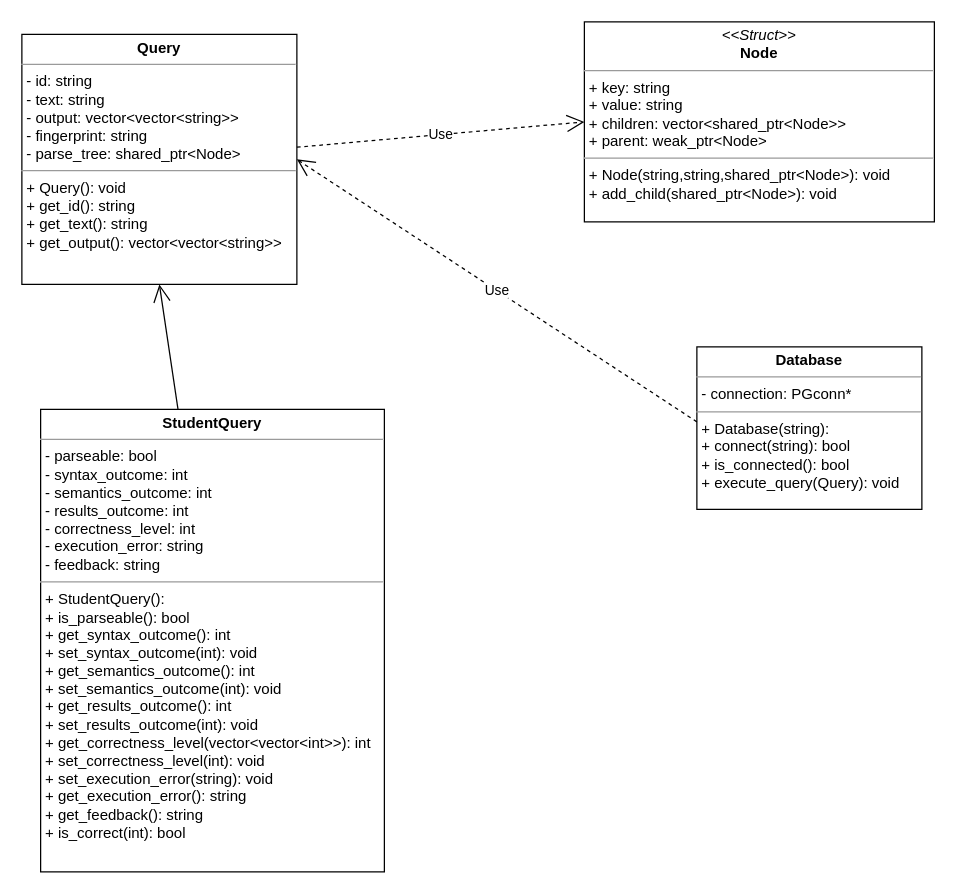
The draw.io diagram page "class_diagram" (9 of 11) of uml.drawio in berniegach/uml_socoles, before the edit. Source tidied: cells renumbered, new cells numbered last; positions are measured from the earlier drawing's top-left corner, leaving out a move shared by most shapes. Both pictures are drawn from the tidied source at 125%, with x=0, y=0 at pixel (21, 21).
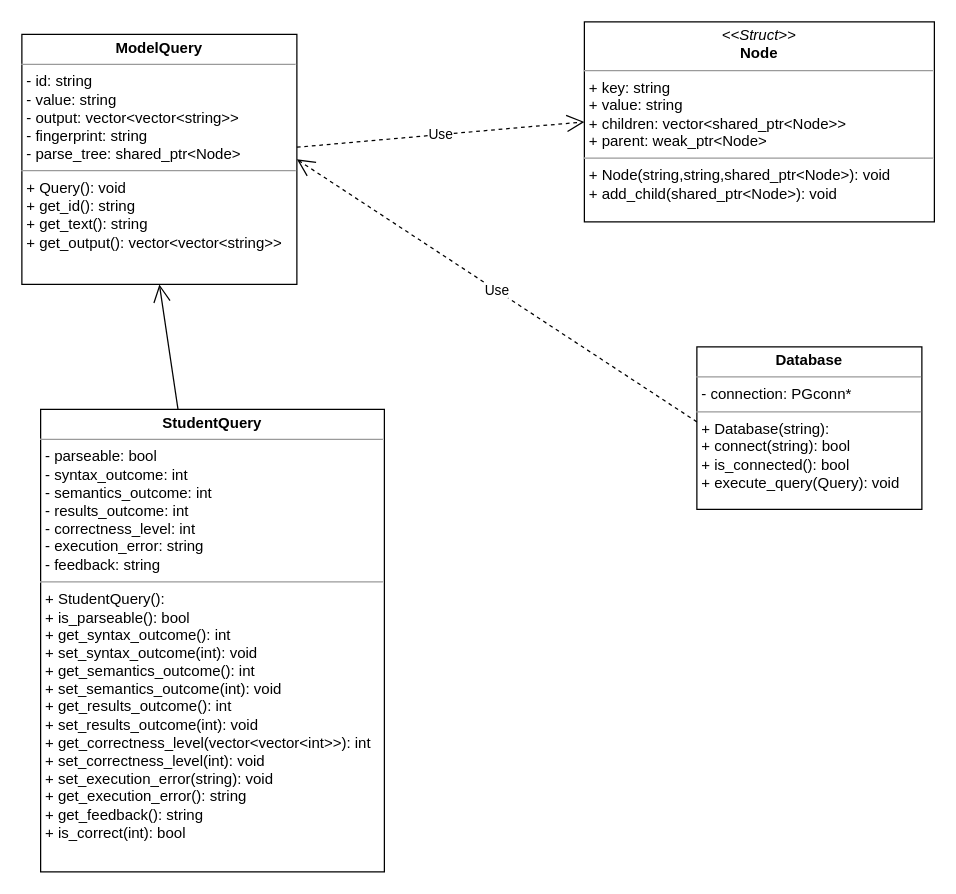
After the change.

Diff of the diagram source:
```diff
@@
 <mxGraphModel>
   <root>
     <mxCell id="0" />
     <mxCell id="1" parent="0" />
-    <mxCell id="2" value="&lt;p style=&quot;margin:0px;margin-top:4px;text-align:center;&quot;&gt;&lt;b&gt;Query&lt;/b&gt;&lt;/p&gt;&lt;hr size=&quot;1&quot;&gt;&lt;p style=&quot;margin:0px;margin-left:4px;&quot;&gt;- id: string&lt;/p&gt;&lt;p style=&quot;margin:0px;margin-left:4px;&quot;&gt;- text: string&lt;/p&gt;&lt;p style=&quot;margin:0px;margin-left:4px;&quot;&gt;- output: vector&amp;lt;vector&amp;lt;string&amp;gt;&amp;gt;&lt;/p&gt;&lt;p style=&quot;margin:0px;margin-left:4px;&quot;&gt;- fingerprint: string&lt;/p&gt;&lt;p style=&quot;margin:0px;margin-left:4px;&quot;&gt;- parse_tree: shared_ptr&amp;lt;Node&amp;gt;&lt;/p&gt;&lt;hr size=&quot;1&quot;&gt;&lt;p style=&quot;margin:0px;margin-left:4px;&quot;&gt;+ Query(): void&lt;/p&gt;&lt;p style=&quot;margin:0px;margin-left:4px;&quot;&gt;+ get_id(): string&lt;/p&gt;&lt;p style=&quot;margin:0px;margin-left:4px;&quot;&gt;+ get_text(): string&lt;/p&gt;&lt;p style=&quot;margin:0px;margin-left:4px;&quot;&gt;+ get_output(): vector&amp;lt;vector&amp;lt;string&amp;gt;&amp;gt;&lt;/p&gt;" style="verticalAlign=top;align=left;overflow=fill;fontSize=12;fontFamily=Helvetica;html=1;whiteSpace=wrap;" parent="1" vertex="1">
+    <mxCell id="2" value="&lt;p style=&quot;margin:0px;margin-top:4px;text-align:center;&quot;&gt;&lt;b&gt;ModelQuery&lt;/b&gt;&lt;/p&gt;&lt;hr size=&quot;1&quot;&gt;&lt;p style=&quot;margin:0px;margin-left:4px;&quot;&gt;- id: string&lt;/p&gt;&lt;p style=&quot;margin:0px;margin-left:4px;&quot;&gt;- value: string&lt;/p&gt;&lt;p style=&quot;margin:0px;margin-left:4px;&quot;&gt;- output: vector&amp;lt;vector&amp;lt;string&amp;gt;&amp;gt;&lt;/p&gt;&lt;p style=&quot;margin:0px;margin-left:4px;&quot;&gt;- fingerprint: string&lt;/p&gt;&lt;p style=&quot;margin:0px;margin-left:4px;&quot;&gt;- parse_tree: shared_ptr&amp;lt;Node&amp;gt;&lt;/p&gt;&lt;hr size=&quot;1&quot;&gt;&lt;p style=&quot;margin:0px;margin-left:4px;&quot;&gt;+ Query(): void&lt;/p&gt;&lt;p style=&quot;margin:0px;margin-left:4px;&quot;&gt;+ get_id(): string&lt;/p&gt;&lt;p style=&quot;margin:0px;margin-left:4px;&quot;&gt;+ get_text(): string&lt;/p&gt;&lt;p style=&quot;margin:0px;margin-left:4px;&quot;&gt;+ get_output(): vector&amp;lt;vector&amp;lt;string&amp;gt;&amp;gt;&lt;/p&gt;" style="verticalAlign=top;align=left;overflow=fill;fontSize=12;fontFamily=Helvetica;html=1;whiteSpace=wrap;" parent="1" vertex="1">
       <mxGeometry y="10" width="220" height="200" as="geometry" />
     </mxCell>
     <mxCell id="3" value="&lt;p style=&quot;margin:0px;margin-top:4px;text-align:center;&quot;&gt;&lt;b&gt;StudentQuery&lt;/b&gt;&lt;/p&gt;&lt;hr size=&quot;1&quot;&gt;&lt;p style=&quot;margin:0px;margin-left:4px;&quot;&gt;- parseable: bool&lt;/p&gt;&lt;p style=&quot;margin:0px;margin-left:4px;&quot;&gt;- syntax_outcome: int&lt;/p&gt;&lt;p style=&quot;margin:0px;margin-left:4px;&quot;&gt;- semantics_outcome: int&lt;/p&gt;&lt;p style=&quot;margin:0px;margin-left:4px;&quot;&gt;- results_outcome: int&lt;/p&gt;&lt;p style=&quot;margin:0px;margin-left:4px;&quot;&gt;- correctness_level: int&lt;/p&gt;&lt;p style=&quot;margin:0px;margin-left:4px;&quot;&gt;- execution_error: string&lt;/p&gt;&lt;p style=&quot;margin:0px;margin-left:4px;&quot;&gt;- feedback: string&lt;/p&gt;&lt;hr size=&quot;1&quot;&gt;&lt;p style=&quot;margin:0px;margin-left:4px;&quot;&gt;+ StudentQuery():&amp;nbsp;&lt;/p&gt;&lt;p style=&quot;margin:0px;margin-left:4px;&quot;&gt;+ is_parseable(): bool&lt;/p&gt;&lt;p style=&quot;margin:0px;margin-left:4px;&quot;&gt;+ get_syntax_outcome(): int&lt;/p&gt;&lt;p style=&quot;margin:0px;margin-left:4px;&quot;&gt;+ set_syntax_outcome(int): void&lt;/p&gt;&lt;p style=&quot;margin:0px;margin-left:4px;&quot;&gt;+ get_semantics_outcome(): int&lt;/p&gt;&lt;p style=&quot;margin:0px;margin-left:4px;&quot;&gt;+ set_semantics_outcome(int): void&lt;/p&gt;&lt;p style=&quot;margin:0px;margin-left:4px;&quot;&gt;+ get_results_outcome(): int&lt;/p&gt;&lt;p style=&quot;margin:0px;margin-left:4px;&quot;&gt;+ set_results_outcome(int): void&lt;/p&gt;&lt;p style=&quot;margin:0px;margin-left:4px;&quot;&gt;+ get_correctness_level(vector&amp;lt;vector&amp;lt;int&amp;gt;&amp;gt;): int&lt;/p&gt;&lt;p style=&quot;margin:0px;margin-left:4px;&quot;&gt;+ set_correctness_level(int): void&amp;nbsp;&lt;/p&gt;&lt;p style=&quot;margin:0px;margin-left:4px;&quot;&gt;+ set_execution_error(string): void&lt;/p&gt;&lt;p style=&quot;margin:0px;margin-left:4px;&quot;&gt;+ get_execution_error(): string&lt;/p&gt;&lt;p style=&quot;margin:0px;margin-left:4px;&quot;&gt;+ get_feedback(): string&lt;/p&gt;&lt;p style=&quot;margin:0px;margin-left:4px;&quot;&gt;+ is_correct(int): bool&lt;/p&gt;" style="verticalAlign=top;align=left;overflow=fill;fontSize=12;fontFamily=Helvetica;html=1;whiteSpace=wrap;" parent="1" vertex="1">
       <mxGeometry x="15" y="310" width="275" height="370" as="geometry" />
     </mxCell>
     <mxCell id="4" value="&lt;p style=&quot;margin:0px;margin-top:4px;text-align:center;&quot;&gt;&lt;i&gt;&amp;lt;&amp;lt;Struct&amp;gt;&amp;gt;&lt;/i&gt;&lt;br&gt;&lt;b&gt;Node&lt;/b&gt;&lt;/p&gt;&lt;hr size=&quot;1&quot;&gt;&lt;p style=&quot;margin:0px;margin-left:4px;&quot;&gt;+ key: string&lt;br&gt;+ value: string&lt;/p&gt;&lt;p style=&quot;margin:0px;margin-left:4px;&quot;&gt;+ children: vector&amp;lt;shared_ptr&amp;lt;Node&amp;gt;&amp;gt;&lt;/p&gt;&lt;p style=&quot;margin:0px;margin-left:4px;&quot;&gt;+ parent: weak_ptr&amp;lt;Node&amp;gt;&lt;/p&gt;&lt;hr size=&quot;1&quot;&gt;&lt;p style=&quot;margin:0px;margin-left:4px;&quot;&gt;+ Node(string,string,shared_ptr&amp;lt;Node&amp;gt;): void&lt;br&gt;+ add_child(shared_ptr&amp;lt;Node&amp;gt;): void&lt;/p&gt;" style="verticalAlign=top;align=left;overflow=fill;fontSize=12;fontFamily=Helvetica;html=1;whiteSpace=wrap;" parent="1" vertex="1">
       <mxGeometry x="450" width="280" height="160" as="geometry" />
     </mxCell>
     <mxCell id="5" value="Use" style="endArrow=open;endSize=12;dashed=1;html=1;rounded=0;entryX=0;entryY=0.5;entryDx=0;entryDy=0;" parent="1" edge="1" source="2" target="4">
       <mxGeometry relative="1" as="geometry" />
     </mxCell>
     <mxCell id="6" style="endArrow=open;endFill=1;endSize=12;html=1;rounded=0;entryX=0.5;entryY=1;entryDx=0;entryDy=0;" parent="1" edge="1" source="3" target="2">
       <mxGeometry relative="1" as="geometry" />
     </mxCell>
     <mxCell id="7" value="&lt;p style=&quot;margin:0px;margin-top:4px;text-align:center;&quot;&gt;&lt;b&gt;Database&lt;/b&gt;&lt;/p&gt;&lt;hr size=&quot;1&quot;&gt;&lt;p style=&quot;margin:0px;margin-left:4px;&quot;&gt;- connection: PGconn*&lt;/p&gt;&lt;hr size=&quot;1&quot;&gt;&lt;p style=&quot;margin:0px;margin-left:4px;&quot;&gt;+ Database(string):&amp;nbsp;&lt;/p&gt;&lt;p style=&quot;margin:0px;margin-left:4px;&quot;&gt;+ connect(string): bool&lt;/p&gt;&lt;p style=&quot;margin:0px;margin-left:4px;&quot;&gt;+ is_connected(): bool&lt;/p&gt;&lt;p style=&quot;margin:0px;margin-left:4px;&quot;&gt;+ execute_query(Query): void&lt;/p&gt;" style="verticalAlign=top;align=left;overflow=fill;fontSize=12;fontFamily=Helvetica;html=1;whiteSpace=wrap;" parent="1" vertex="1">
       <mxGeometry x="540" y="260" width="180" height="130" as="geometry" />
     </mxCell>
     <mxCell id="8" value="Use" style="endArrow=open;endSize=12;dashed=1;html=1;rounded=0;entryX=1;entryY=0.5;entryDx=0;entryDy=0;" parent="1" edge="1" target="2">
       <mxGeometry relative="1" as="geometry">
         <mxPoint x="540" y="320" as="sourcePoint" />
       </mxGeometry>
     </mxCell>
   </root>
 </mxGraphModel>
```
